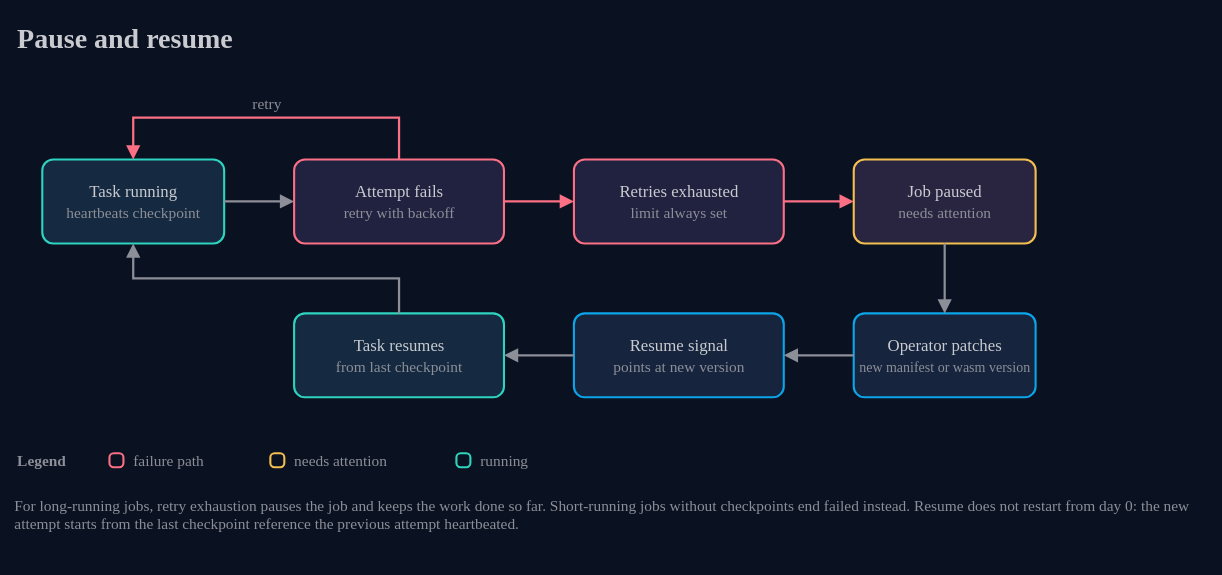
This is docs/architecture/07-pause-and-resume.drawio.svg from AndoNorth/wasm-dag-forge, a draw.io export, as it was before one commit. Source tidied: cells renumbered, new cells last; positions are measured from the earlier drawing's top-left corner, leaving out a move shared by most shapes. The source it was exported from:
```xml
<mxGraphModel background="#0a1120">
  <root>
    <mxCell id="0" />
    <mxCell id="1" parent="0" />
    <mxCell id="2" value="Pause and resume" style="text;html=1;strokeColor=none;fillColor=none;align=left;verticalAlign=middle;fontColor=#c9cbd0;fontSize=20;fontStyle=1;fontFamily=IBM Plex Sans;" parent="1" vertex="1">
      <mxGeometry width="840" height="32" as="geometry" />
    </mxCell>
    <mxCell id="3" value="Task running&lt;br&gt;&lt;font color=&quot;#8c8f98&quot; style=&quot;font-size:11px&quot;&gt;heartbeats checkpoint&lt;/font&gt;" style="rounded=1;arcSize=13;html=1;whiteSpace=wrap;fillColor=#152940;strokeColor=#2fd4bf;strokeWidth=1.5;fontColor=#c9cbd0;fontSize=12;fontFamily=IBM Plex Sans;" parent="1" vertex="1">
      <mxGeometry x="20" y="104" width="130" height="60" as="geometry" />
    </mxCell>
    <mxCell id="4" value="Attempt fails&lt;br&gt;&lt;font color=&quot;#8c8f98&quot; style=&quot;font-size:11px&quot;&gt;retry with backoff&lt;/font&gt;" style="rounded=1;arcSize=13;html=1;whiteSpace=wrap;fillColor=#212240;strokeColor=#fb7085;strokeWidth=1.5;fontColor=#c9cbd0;fontSize=12;fontFamily=IBM Plex Sans;" parent="1" vertex="1">
      <mxGeometry x="200" y="104" width="150" height="60" as="geometry" />
    </mxCell>
    <mxCell id="5" value="Retries exhausted&lt;br&gt;&lt;font color=&quot;#8c8f98&quot; style=&quot;font-size:11px&quot;&gt;limit always set&lt;/font&gt;" style="rounded=1;arcSize=13;html=1;whiteSpace=wrap;fillColor=#212240;strokeColor=#fb7085;strokeWidth=1.5;fontColor=#c9cbd0;fontSize=12;fontFamily=IBM Plex Sans;" parent="1" vertex="1">
      <mxGeometry x="400" y="104" width="150" height="60" as="geometry" />
    </mxCell>
    <mxCell id="6" value="Job paused&lt;br&gt;&lt;font color=&quot;#8c8f98&quot; style=&quot;font-size:11px&quot;&gt;needs attention&lt;/font&gt;" style="rounded=1;arcSize=13;html=1;whiteSpace=wrap;fillColor=#292541;strokeColor=#f4bf51;strokeWidth=1.5;fontColor=#c9cbd0;fontSize=12;fontFamily=IBM Plex Sans;" parent="1" vertex="1">
      <mxGeometry x="600" y="104" width="130" height="60" as="geometry" />
    </mxCell>
    <mxCell id="7" value="Operator patches&lt;br&gt;&lt;font color=&quot;#8c8f98&quot; style=&quot;font-size:10px&quot;&gt;new manifest or wasm version&lt;/font&gt;" style="rounded=1;arcSize=13;html=1;whiteSpace=wrap;fillColor=#16243e;strokeColor=#0ca5e9;strokeWidth=1.5;fontColor=#c9cbd0;fontSize=12;fontFamily=IBM Plex Sans;" parent="1" vertex="1">
      <mxGeometry x="600" y="214" width="130" height="60" as="geometry" />
    </mxCell>
    <mxCell id="8" value="Resume signal&lt;br&gt;&lt;font color=&quot;#8c8f98&quot; style=&quot;font-size:11px&quot;&gt;points at new version&lt;/font&gt;" style="rounded=1;arcSize=13;html=1;whiteSpace=wrap;fillColor=#16243e;strokeColor=#0ca5e9;strokeWidth=1.5;fontColor=#c9cbd0;fontSize=12;fontFamily=IBM Plex Sans;" parent="1" vertex="1">
      <mxGeometry x="400" y="214" width="150" height="60" as="geometry" />
    </mxCell>
    <mxCell id="9" value="Task resumes&lt;br&gt;&lt;font color=&quot;#8c8f98&quot; style=&quot;font-size:11px&quot;&gt;from last checkpoint&lt;/font&gt;" style="rounded=1;arcSize=13;html=1;whiteSpace=wrap;fillColor=#152940;strokeColor=#2fd4bf;strokeWidth=1.5;fontColor=#c9cbd0;fontSize=12;fontFamily=IBM Plex Sans;" parent="1" vertex="1">
      <mxGeometry x="200" y="214" width="150" height="60" as="geometry" />
    </mxCell>
    <mxCell id="10" value="retry" style="text;html=1;strokeColor=none;fillColor=none;align=center;verticalAlign=middle;whiteSpace=nowrap;fontColor=#8c8f98;fontSize=11;fontFamily=IBM Plex Sans;spacing=0;spacingLeft=0;" parent="1" vertex="1">
      <mxGeometry x="162" y="55" width="36" height="18" as="geometry" />
    </mxCell>
    <mxCell id="11" style="endArrow=block;endFill=1;startArrow=none;startFill=1;html=1;rounded=0;strokeColor=#8c8f98;strokeWidth=1.6;exitX=1;exitY=0.5;exitDx=0;exitDy=0;entryX=0;entryY=0.5;entryDx=0;entryDy=0;" parent="1" edge="1" source="3" target="4">
      <mxGeometry relative="1" as="geometry" />
    </mxCell>
    <mxCell id="12" style="endArrow=block;endFill=1;startArrow=none;startFill=1;html=1;rounded=0;strokeColor=#fb7085;strokeWidth=1.6;exitX=1;exitY=0.5;exitDx=0;exitDy=0;entryX=0;entryY=0.5;entryDx=0;entryDy=0;" parent="1" edge="1" source="4" target="5">
      <mxGeometry relative="1" as="geometry" />
    </mxCell>
    <mxCell id="13" style="endArrow=block;endFill=1;startArrow=none;startFill=1;html=1;rounded=0;strokeColor=#fb7085;strokeWidth=1.6;exitX=1;exitY=0.5;exitDx=0;exitDy=0;entryX=0;entryY=0.5;entryDx=0;entryDy=0;" parent="1" edge="1" source="5" target="6">
      <mxGeometry relative="1" as="geometry" />
    </mxCell>
    <mxCell id="14" style="endArrow=block;endFill=1;startArrow=none;startFill=1;html=1;rounded=0;strokeColor=#fb7085;strokeWidth=1.6;exitX=0.5;exitY=0;exitDx=0;exitDy=0;entryX=0.5;entryY=0;entryDx=0;entryDy=0;" parent="1" edge="1" source="4" target="3">
      <mxGeometry relative="1" as="geometry">
        <Array as="points">
          <mxPoint x="275" y="74" />
          <mxPoint x="85" y="74" />
        </Array>
      </mxGeometry>
    </mxCell>
    <mxCell id="15" style="endArrow=block;endFill=1;startArrow=none;startFill=1;html=1;rounded=0;strokeColor=#8c8f98;strokeWidth=1.6;exitX=0.5;exitY=1;exitDx=0;exitDy=0;entryX=0.5;entryY=0;entryDx=0;entryDy=0;" parent="1" edge="1" source="6" target="7">
      <mxGeometry relative="1" as="geometry" />
    </mxCell>
    <mxCell id="16" style="endArrow=block;endFill=1;startArrow=none;startFill=1;html=1;rounded=0;strokeColor=#8c8f98;strokeWidth=1.6;exitX=0;exitY=0.5;exitDx=0;exitDy=0;entryX=1;entryY=0.5;entryDx=0;entryDy=0;" parent="1" edge="1" source="7" target="8">
      <mxGeometry relative="1" as="geometry" />
    </mxCell>
    <mxCell id="17" style="endArrow=block;endFill=1;startArrow=none;startFill=1;html=1;rounded=0;strokeColor=#8c8f98;strokeWidth=1.6;exitX=0;exitY=0.5;exitDx=0;exitDy=0;entryX=1;entryY=0.5;entryDx=0;entryDy=0;" parent="1" edge="1" source="8" target="9">
      <mxGeometry relative="1" as="geometry" />
    </mxCell>
    <mxCell id="18" style="endArrow=block;endFill=1;startArrow=none;startFill=1;html=1;rounded=0;strokeColor=#8c8f98;strokeWidth=1.6;exitX=0.5;exitY=0;exitDx=0;exitDy=0;entryX=0.5;entryY=1;entryDx=0;entryDy=0;" parent="1" edge="1" source="9" target="3">
      <mxGeometry relative="1" as="geometry">
        <Array as="points">
          <mxPoint x="275" y="189" />
          <mxPoint x="85" y="189" />
        </Array>
      </mxGeometry>
    </mxCell>
    <mxCell id="19" value="Legend" style="text;html=1;strokeColor=none;fillColor=none;align=left;verticalAlign=middle;fontColor=#8c8f98;fontSize=11;fontStyle=1;fontFamily=IBM Plex Mono;" parent="1" vertex="1">
      <mxGeometry y="310" width="60" height="18" as="geometry" />
    </mxCell>
    <mxCell id="20" style="rounded=1;arcSize=30;html=1;fillColor=none;strokeColor=#fb7085;strokeWidth=1.5;" parent="1" vertex="1">
      <mxGeometry x="68" y="314" width="10" height="10" as="geometry" />
    </mxCell>
    <mxCell id="21" value="failure path" style="text;html=1;strokeColor=none;fillColor=none;align=left;verticalAlign=middle;whiteSpace=nowrap;fontColor=#8c8f98;fontSize=11;fontFamily=IBM Plex Sans;" parent="1" vertex="1">
      <mxGeometry x="83" y="310" width="86" height="18" as="geometry" />
    </mxCell>
    <mxCell id="22" style="rounded=1;arcSize=30;html=1;fillColor=none;strokeColor=#f4bf51;strokeWidth=1.5;" parent="1" vertex="1">
      <mxGeometry x="183" y="314" width="10" height="10" as="geometry" />
    </mxCell>
    <mxCell id="23" value="needs attention" style="text;html=1;strokeColor=none;fillColor=none;align=left;verticalAlign=middle;whiteSpace=nowrap;fontColor=#8c8f98;fontSize=11;fontFamily=IBM Plex Sans;" parent="1" vertex="1">
      <mxGeometry x="198" y="310" width="104" height="18" as="geometry" />
    </mxCell>
    <mxCell id="24" style="rounded=1;arcSize=30;html=1;fillColor=none;strokeColor=#2fd4bf;strokeWidth=1.5;" parent="1" vertex="1">
      <mxGeometry x="316" y="314" width="10" height="10" as="geometry" />
    </mxCell>
    <mxCell id="25" value="running" style="text;html=1;strokeColor=none;fillColor=none;align=left;verticalAlign=middle;whiteSpace=nowrap;fontColor=#8c8f98;fontSize=11;fontFamily=IBM Plex Sans;" parent="1" vertex="1">
      <mxGeometry x="331" y="310" width="56" height="18" as="geometry" />
    </mxCell>
    <mxCell id="26" value="For long-running jobs, retry exhaustion pauses the job and keeps the work done so far. Short-running jobs without checkpoints end failed instead. Resume does not restart from day 0: the new attempt starts from the last checkpoint reference the previous attempt heartbeated." style="text;html=1;strokeColor=none;fillColor=none;align=left;verticalAlign=top;whiteSpace=wrap;fontColor=#8c8f98;fontSize=11;fontFamily=IBM Plex Sans;spacing=0;" parent="1" vertex="1">
      <mxGeometry y="340" width="840" height="40" as="geometry" />
    </mxCell>
  </root>
</mxGraphModel>
```
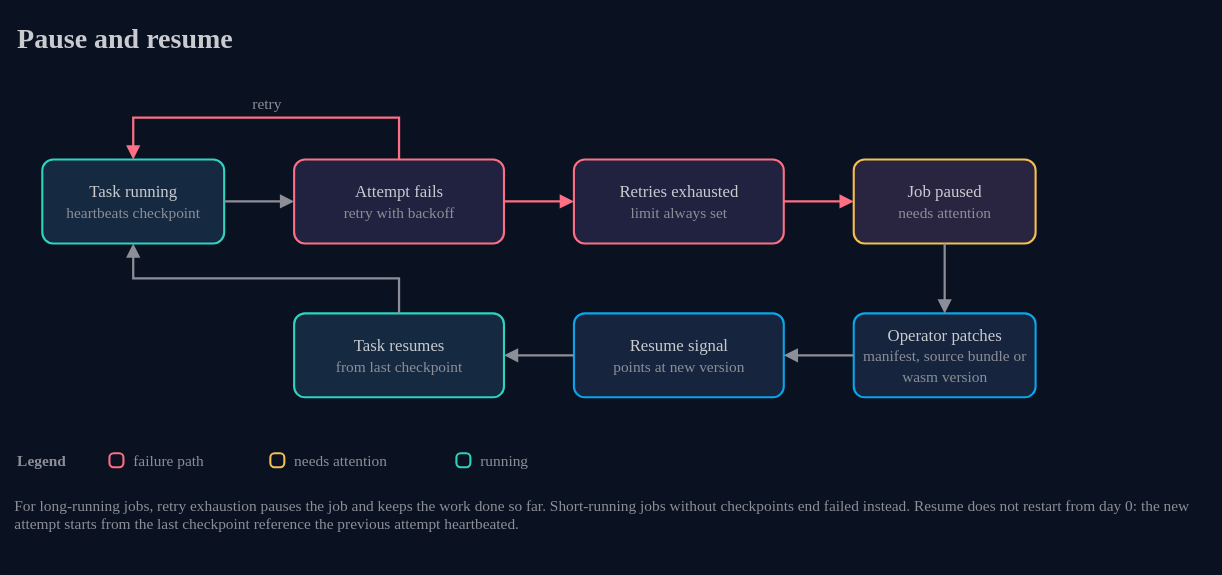
After the commit.

Change to the diagram source:
```diff
@@ -17,7 +17,7 @@
     <mxCell id="6" value="Job paused&lt;br&gt;&lt;font color=&quot;#8c8f98&quot; style=&quot;font-size:11px&quot;&gt;needs attention&lt;/font&gt;" style="rounded=1;arcSize=13;html=1;whiteSpace=wrap;fillColor=#292541;strokeColor=#f4bf51;strokeWidth=1.5;fontColor=#c9cbd0;fontSize=12;fontFamily=IBM Plex Sans;" parent="1" vertex="1">
       <mxGeometry x="600" y="104" width="130" height="60" as="geometry" />
     </mxCell>
-    <mxCell id="7" value="Operator patches&lt;br&gt;&lt;font color=&quot;#8c8f98&quot; style=&quot;font-size:10px&quot;&gt;new manifest or wasm version&lt;/font&gt;" style="rounded=1;arcSize=13;html=1;whiteSpace=wrap;fillColor=#16243e;strokeColor=#0ca5e9;strokeWidth=1.5;fontColor=#c9cbd0;fontSize=12;fontFamily=IBM Plex Sans;" parent="1" vertex="1">
+    <mxCell id="7" value="Operator patches&lt;br&gt;&lt;font color=&quot;#8c8f98&quot; style=&quot;font-size:11px&quot;&gt;manifest, source bundle or wasm version&lt;/font&gt;" style="rounded=1;arcSize=13;html=1;whiteSpace=wrap;fillColor=#16243e;strokeColor=#0ca5e9;strokeWidth=1.5;fontColor=#c9cbd0;fontSize=12;fontFamily=IBM Plex Sans;" parent="1" vertex="1">
       <mxGeometry x="600" y="214" width="130" height="60" as="geometry" />
     </mxCell>
     <mxCell id="8" value="Resume signal&lt;br&gt;&lt;font color=&quot;#8c8f98&quot; style=&quot;font-size:11px&quot;&gt;points at new version&lt;/font&gt;" style="rounded=1;arcSize=13;html=1;whiteSpace=wrap;fillColor=#16243e;strokeColor=#0ca5e9;strokeWidth=1.5;fontColor=#c9cbd0;fontSize=12;fontFamily=IBM Plex Sans;" parent="1" vertex="1">
```
